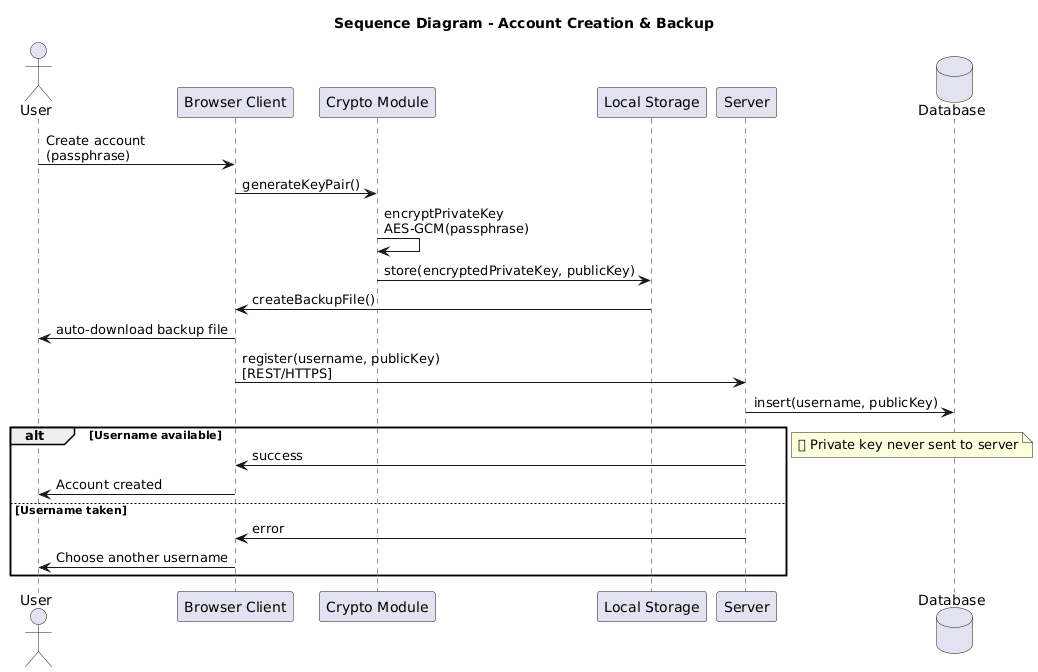
Before: diagram/sequence_diagram_account_creation_backup.png, a diagram exported from PlantUML (Radhouen911/VoidLink). The source it was exported from:
```plantuml
@startuml
title Sequence Diagram - Account Creation & Backup

actor User
participant "Browser Client" as Client
participant "Crypto Module" as Crypto
participant "Local Storage" as LS
participant "Server" as Server
database Database

User -> Client : Create account\n(passphrase)
Client -> Crypto : generateKeyPair()
Crypto -> Crypto : encryptPrivateKey\nAES-GCM(passphrase)
Crypto -> LS : store(encryptedPrivateKey, publicKey)

LS -> Client : createBackupFile()
Client -> User : auto-download backup file

Client -> Server : register(username, publicKey)\n[REST/HTTPS]
Server -> Database : insert(username, publicKey)

alt Username available
  Server -> Client : success
  Client -> User : Account created
else Username taken
  Server -> Client : error
  Client -> User : Choose another username
end

note right
🔒 Private key never sent to server
end note
@enduml
```
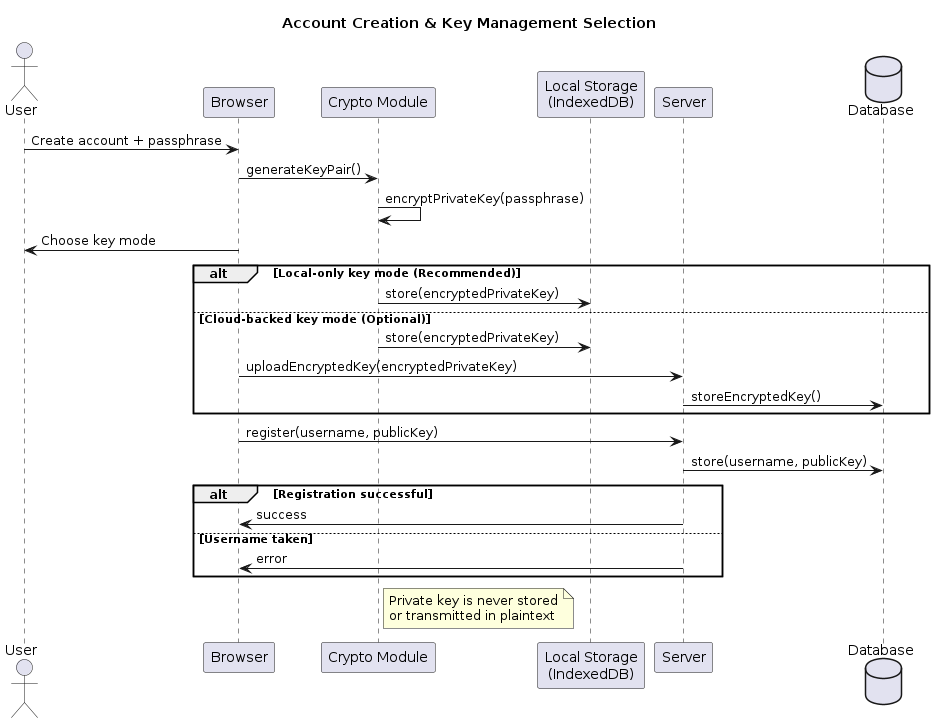
After the change.

Commit message:
Added the mechanism of storing encrypted Private Key to the cloud app (major benefit is to be able to login anywhere )

The edit, as a diff of the source:
```diff
@@ -1,33 +1,38 @@
 @startuml
-title Sequence Diagram - Account Creation & Backup
+title Account Creation & Key Management Selection
 
 actor User
-participant "Browser Client" as Client
+participant Browser
 participant "Crypto Module" as Crypto
-participant "Local Storage" as LS
-participant "Server" as Server
+participant "Local Storage\n(IndexedDB)" as LS
+participant Server
 database Database
 
-User -> Client : Create account\n(passphrase)
-Client -> Crypto : generateKeyPair()
-Crypto -> Crypto : encryptPrivateKey\nAES-GCM(passphrase)
-Crypto -> LS : store(encryptedPrivateKey, publicKey)
+User -> Browser: Create account + passphrase
+Browser -> Crypto: generateKeyPair()
+Crypto -> Crypto: encryptPrivateKey(passphrase)
 
-LS -> Client : createBackupFile()
-Client -> User : auto-download backup file
+Browser -> User: Choose key mode
 
-Client -> Server : register(username, publicKey)\n[REST/HTTPS]
-Server -> Database : insert(username, publicKey)
-
-alt Username available
-  Server -> Client : success
-  Client -> User : Account created
-else Username taken
-  Server -> Client : error
-  Client -> User : Choose another username
+alt Local-only key mode (Recommended)
+  Crypto -> LS: store(encryptedPrivateKey)
+else Cloud-backed key mode (Optional)
+  Crypto -> LS: store(encryptedPrivateKey)
+  Browser -> Server: uploadEncryptedKey(encryptedPrivateKey)
+  Server -> Database: storeEncryptedKey()
 end
 
-note right
-🔒 Private key never sent to server
+Browser -> Server: register(username, publicKey)
+Server -> Database: store(username, publicKey)
+
+alt Registration successful
+  Server -> Browser: success
+else Username taken
+  Server -> Browser: error
+end
+
+note right of Crypto
+Private key is never stored
+or transmitted in plaintext
 end note
 @enduml
```
